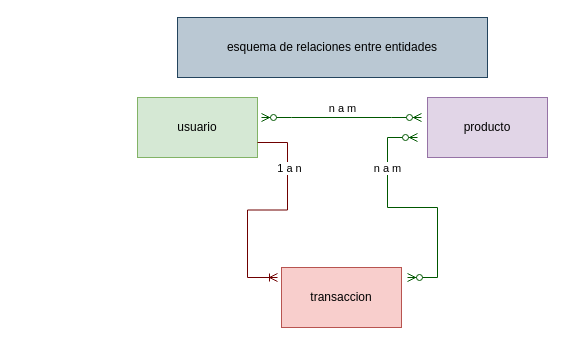
Above: API/Diagrama entidades.drawio in nestornovella/E-commerce-General-Products (draw.io), before the change. Source tidied: cells renumbered, new cells numbered last; positions are measured from the earlier drawing's top-left corner, leaving out a move shared by most shapes. Both pictures are drawn from the tidied source at 100%, with x=0, y=0 at pixel (137, 17).
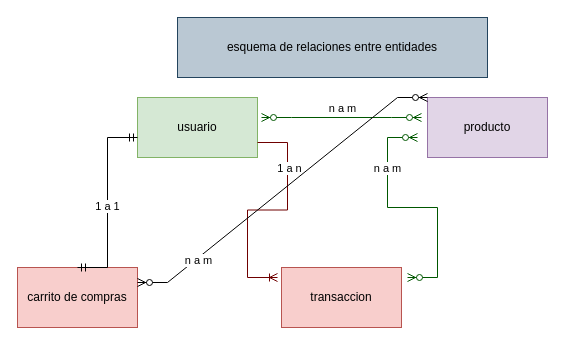
Above is the later version.

The change refers to these unchanged cells:
```xml
<mxCell id="3" value="producto" style="rounded=0;whiteSpace=wrap;html=1;fillColor=#e1d5e7;strokeColor=#9673a6;" parent="1" vertex="1">
  <mxGeometry x="290" y="80" width="120" height="60" as="geometry" />
</mxCell>
```

Change to the diagram source:
```diff
@@
+    <mxCell id="12" value="carrito de compras" style="rounded=0;whiteSpace=wrap;html=1;fillColor=#f8cecc;strokeColor=#b85450;" parent="1" vertex="1">
+      <mxGeometry x="-120" y="250" width="120" height="60" as="geometry" />
+    </mxCell>
+    <mxCell id="13" style="edgeStyle=entityRelationEdgeStyle;fontSize=12;html=1;endArrow=ERmandOne;startArrow=ERmandOne;rounded=0;exitX=0.5;exitY=0;exitDx=0;exitDy=0;" parent="1" edge="1" source="12">
+      <mxGeometry relative="1" as="geometry">
+        <mxPoint y="120" as="targetPoint" />
+      </mxGeometry>
+    </mxCell>
+    <mxCell id="14" value="1 a 1" style="edgeLabel;html=1;align=center;verticalAlign=middle;" parent="13" vertex="1">
+      <mxGeometry x="-0.03" y="1" relative="1" as="geometry" />
+    </mxCell>
+    <mxCell id="15" style="edgeStyle=entityRelationEdgeStyle;fontSize=12;html=1;endArrow=ERzeroToMany;endFill=1;startArrow=ERzeroToMany;rounded=0;entryX=0;entryY=0;entryDx=0;entryDy=0;exitX=1;exitY=0.25;exitDx=0;exitDy=0;" parent="1" edge="1" source="12" target="3">
+      <mxGeometry relative="1" as="geometry" />
+    </mxCell>
+    <mxCell id="16" value="n a m" style="edgeLabel;html=1;align=center;verticalAlign=middle;" parent="15" vertex="1">
+      <mxGeometry x="-0.61" y="-2" relative="1" as="geometry">
+        <mxPoint x="-1" as="offset" />
+      </mxGeometry>
+    </mxCell>
```
